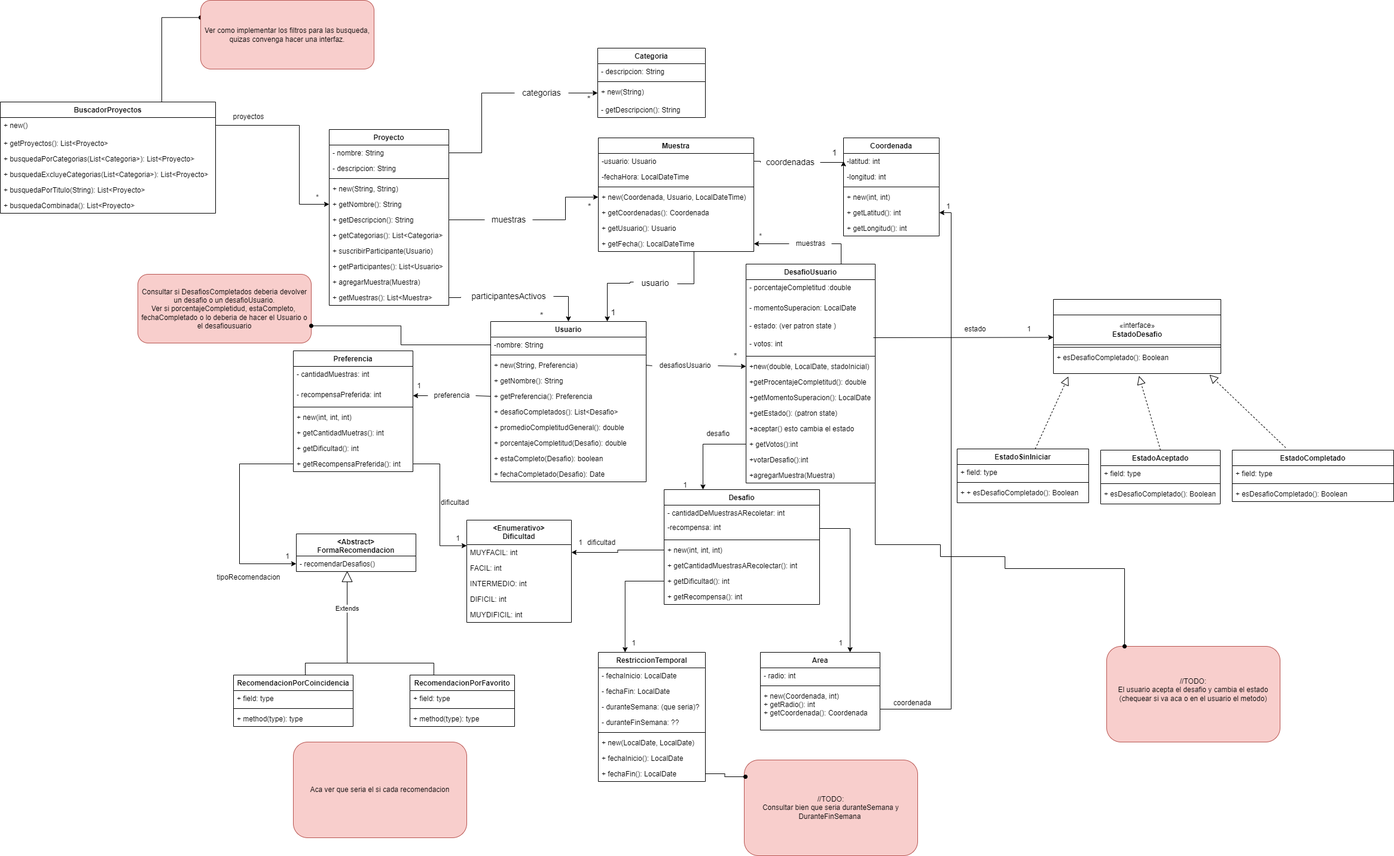
Maxxie12/Unq-po2-TpFinal keeps this draw.io diagram as UMLTPFinal.drawio.png. Above is the earlier version. Source tidied: cells renumbered, new cells last; positions are measured from the earlier drawing's top-left corner, leaving out a move shared by most shapes.
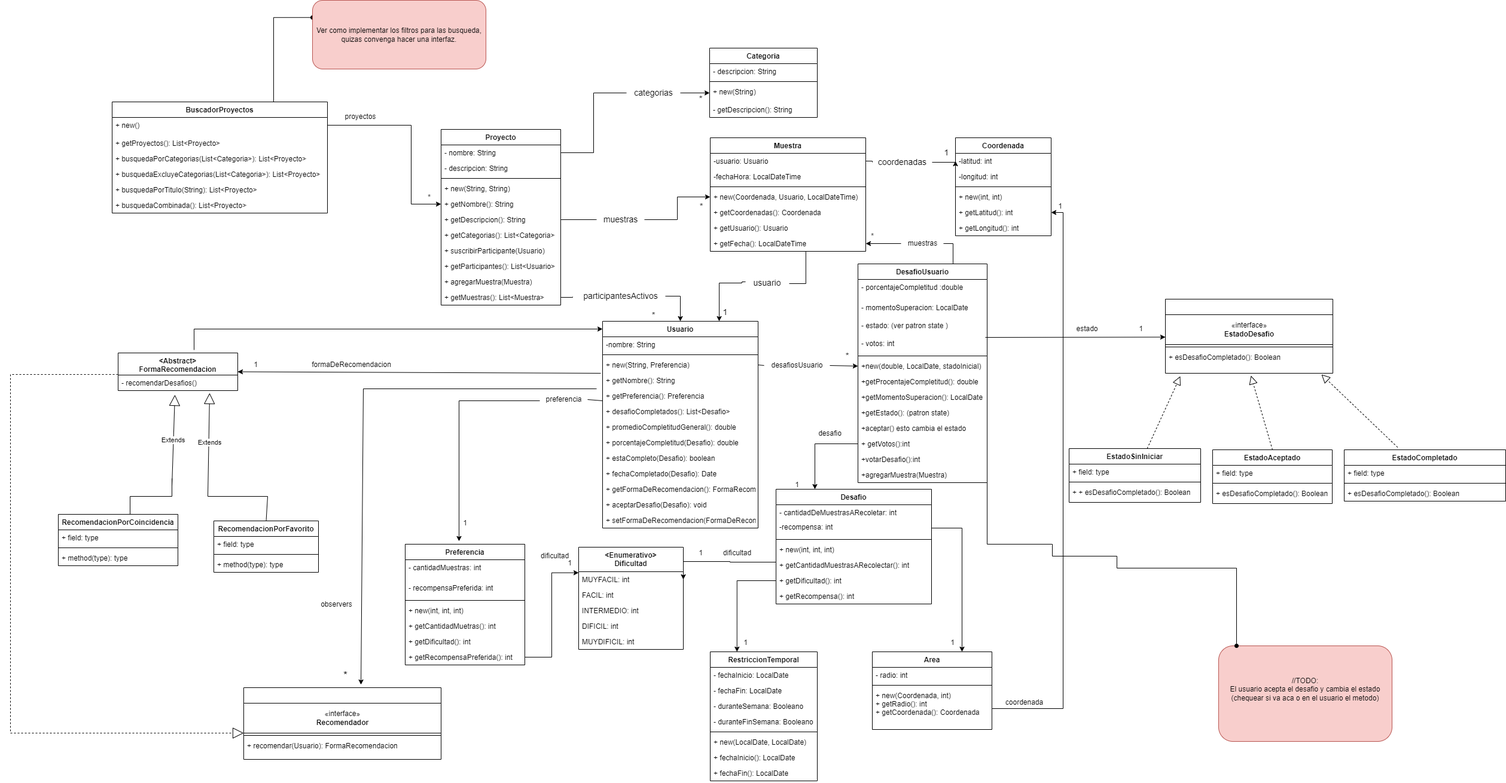
Later version of the same file.

Diff of the diagram source:
```diff
@@ -41,3 +41,3 @@
     <mxCell id="14" value="Usuario" style="swimlane;fontStyle=1;align=center;verticalAlign=top;horizontal=1;startSize=26;" parent="1" vertex="1">
-      <mxGeometry x="820" y="537" width="260" height="268" as="geometry" />
+      <mxGeometry x="820" y="537" width="260" height="346" as="geometry" />
     </mxCell>
@@ -73,2 +73,11 @@
     </mxCell>
+    <mxCell id="199" value="+ getFormaDeRecomendacion(): FormaRecomendacion" style="text;strokeColor=none;fillColor=none;align=left;verticalAlign=top;spacingLeft=4;spacingRight=4;overflow=hidden;" parent="14" vertex="1">
+      <mxGeometry y="268" width="260" height="26" as="geometry" />
+    </mxCell>
+    <mxCell id="200" value="+ aceptarDesafio(Desafio): void" style="text;strokeColor=none;fillColor=none;align=left;verticalAlign=top;spacingLeft=4;spacingRight=4;overflow=hidden;" parent="14" vertex="1">
+      <mxGeometry y="294" width="260" height="26" as="geometry" />
+    </mxCell>
+    <mxCell id="201" value="+ setFormaDeRecomendacion(FormaDeRecomendacion): void" style="text;strokeColor=none;fillColor=none;align=left;verticalAlign=top;spacingLeft=4;spacingRight=4;overflow=hidden;" parent="14" vertex="1">
+      <mxGeometry y="320" width="260" height="26" as="geometry" />
+    </mxCell>
     <mxCell id="25" value="Muestra" style="swimlane;fontStyle=1;align=center;verticalAlign=top;horizontal=1;startSize=26;" parent="1" vertex="1">
@@ -119,3 +128,3 @@
     <mxCell id="40" value="Preferencia" style="swimlane;fontStyle=1;align=center;verticalAlign=top;horizontal=1;startSize=26;" parent="1" vertex="1">
-      <mxGeometry x="490" y="586" width="200" height="202" as="geometry" />
+      <mxGeometry x="490" y="910" width="200" height="202" as="geometry" />
     </mxCell>
@@ -142,13 +151,4 @@
     </mxCell>
-    <mxCell id="48" style="edgeStyle=orthogonalEdgeStyle;rounded=0;jettySize=auto;html=1;exitX=0.25;exitY=0;exitDx=0;exitDy=0;strokeColor=default;endArrow=none;endFill=0;" parent="1" edge="1" source="49">
-      <mxGeometry relative="1" as="geometry">
-        <mxPoint x="580" y="1068" as="targetPoint" />
-        <Array as="points">
-          <mxPoint x="725" y="1108" />
-          <mxPoint x="580" y="1108" />
-        </Array>
-      </mxGeometry>
-    </mxCell>
     <mxCell id="49" value="RecomendacionPorFavorito" style="swimlane;fontStyle=1;align=center;verticalAlign=top;horizontal=1;startSize=26;" parent="1" vertex="1">
-      <mxGeometry x="685" y="1128" width="175" height="86" as="geometry" />
+      <mxGeometry x="170" y="871" width="175" height="86" as="geometry" />
     </mxCell>
@@ -165,6 +165,7 @@
       <mxGeometry relative="1" as="geometry">
-        <mxPoint x="580" y="1068" as="targetPoint" />
+        <mxPoint x="100" y="800" as="targetPoint" />
         <Array as="points">
-          <mxPoint x="510" y="1108" />
-          <mxPoint x="580" y="1108" />
+          <mxPoint x="30" y="860" />
+          <mxPoint x="30" y="830" />
+          <mxPoint x="100" y="830" />
         </Array>
@@ -173,3 +174,3 @@
     <mxCell id="54" value="RecomendacionPorCoincidencia" style="swimlane;fontStyle=1;align=center;verticalAlign=top;horizontal=1;startSize=26;" parent="1" vertex="1">
-      <mxGeometry x="390" y="1128" width="200" height="86" as="geometry" />
+      <mxGeometry x="-90" y="860" width="200" height="86" as="geometry" />
     </mxCell>
@@ -193,6 +194,6 @@
     </mxCell>
-    <mxCell id="61" value="- duranteSemana: (que seria)?" style="text;strokeColor=none;fillColor=none;align=left;verticalAlign=top;spacingLeft=4;spacingRight=4;overflow=hidden;" parent="58" vertex="1">
+    <mxCell id="61" value="- duranteSemana: Booleano" style="text;strokeColor=none;fillColor=none;align=left;verticalAlign=top;spacingLeft=4;spacingRight=4;overflow=hidden;" parent="58" vertex="1">
       <mxGeometry y="78" width="179" height="26" as="geometry" />
     </mxCell>
-    <mxCell id="62" value="- duranteFinSemana: ??" style="text;strokeColor=none;fillColor=none;align=left;verticalAlign=top;spacingLeft=4;spacingRight=4;overflow=hidden;" parent="58" vertex="1">
+    <mxCell id="62" value="- duranteFinSemana: Booleano" style="text;strokeColor=none;fillColor=none;align=left;verticalAlign=top;spacingLeft=4;spacingRight=4;overflow=hidden;" parent="58" vertex="1">
       <mxGeometry y="104" width="179" height="26" as="geometry" />
@@ -364,5 +365,7 @@
     </mxCell>
-    <mxCell id="115" style="endArrow=classic;html=1;rounded=0;entryX=1;entryY=0.5;entryDx=0;entryDy=0;exitX=0;exitY=0.5;exitDx=0;exitDy=0;startArrow=none;" parent="1" edge="1" source="132">
+    <mxCell id="115" style="endArrow=classic;html=1;rounded=0;entryX=0.45;entryY=-0.025;entryDx=0;entryDy=0;exitX=0;exitY=0.567;exitDx=0;exitDy=0;startArrow=none;entryPerimeter=0;exitPerimeter=0;" parent="1" edge="1" source="132" target="40">
       <mxGeometry relative="1" as="geometry">
-        <mxPoint x="690" y="661" as="targetPoint" />
+        <Array as="points">
+          <mxPoint x="580" y="670" />
+        </Array>
       </mxGeometry>
@@ -370,3 +373,3 @@
     <mxCell id="116" value="1" style="text;html=1;align=center;verticalAlign=middle;strokeColor=none;fillColor=none;" parent="1" vertex="1">
-      <mxGeometry x="685" y="630" width="30" height="30" as="geometry" />
+      <mxGeometry x="575" y="860" width="30" height="30" as="geometry" />
     </mxCell>
@@ -384,6 +387,5 @@
     </mxCell>
-    <mxCell id="121" value="Extends" style="endArrow=block;endSize=16;endFill=0;html=1;rounded=0;" parent="1" edge="1">
+    <mxCell id="121" value="Extends" style="endArrow=block;endSize=16;endFill=0;html=1;rounded=0;entryX=0.475;entryY=1.269;entryDx=0;entryDy=0;entryPerimeter=0;" parent="1" edge="1" target="146">
       <mxGeometry relative="1" as="geometry">
-        <mxPoint x="580" y="1080" as="sourcePoint" />
-        <mxPoint x="580" y="954" as="targetPoint" />
+        <mxPoint x="100" y="812" as="sourcePoint" />
       </mxGeometry>
@@ -429,6 +431,10 @@
     <mxCell id="132" value="preferencia" style="text;html=1;align=center;verticalAlign=middle;points=[];strokeColor=none;fillColor=none;" parent="1" vertex="1">
-      <mxGeometry x="715" y="646" width="80" height="30" as="geometry" />
+      <mxGeometry x="715" y="653" width="80" height="30" as="geometry" />
     </mxCell>
-    <mxCell id="133" style="endArrow=none;html=1;rounded=0;entryX=1;entryY=0.5;entryDx=0;entryDy=0;exitX=0;exitY=0.5;exitDx=0;exitDy=0;" parent="1" edge="1" source="19" target="132">
-      <mxGeometry relative="1" as="geometry" />
+    <mxCell id="133" style="endArrow=none;html=1;rounded=0;entryX=1;entryY=0.5;entryDx=0;entryDy=0;exitX=0;exitY=0.5;exitDx=0;exitDy=0;" parent="1" edge="1" source="18" target="132">
+      <mxGeometry relative="1" as="geometry">
+        <Array as="points">
+          <mxPoint x="820" y="670" />
+        </Array>
+      </mxGeometry>
     </mxCell>
@@ -471,13 +477,4 @@
     </mxCell>
-    <mxCell id="142" value="&lt;div&gt;//TODO:&lt;/div&gt;&lt;div&gt;Consultar bien que seria duranteSemana y DuranteFinSemana&amp;nbsp;&lt;/div&gt;" style="rounded=1;whiteSpace=wrap;html=1;fillColor=#f8cecc;strokeColor=#b85450;" parent="1" vertex="1">
-      <mxGeometry x="1244" y="1270" width="290" height="160" as="geometry" />
-    </mxCell>
-    <mxCell id="143" style="edgeStyle=orthogonalEdgeStyle;rounded=0;jettySize=auto;html=1;exitX=1;exitY=0.5;exitDx=0;exitDy=0;entryX=0.007;entryY=0.175;entryDx=0;entryDy=0;entryPerimeter=0;endArrow=oval;endFill=1;" parent="1" edge="1" source="66" target="142">
-      <mxGeometry relative="1" as="geometry" />
-    </mxCell>
-    <mxCell id="144" value="Consultar si DesafiosCompletados deberia devolver un desafio o un desafioUsuario.&lt;br&gt;Ver si porcentajeCompletidud, estaCompleto,&amp;nbsp;&lt;br&gt;fechaCompletado o lo deberia de hacer el Usuario o el desafiousuario" style="rounded=1;whiteSpace=wrap;html=1;fillColor=#f8cecc;strokeColor=#b85450;" parent="1" vertex="1">
-      <mxGeometry x="230" y="458" width="290" height="115" as="geometry" />
-    </mxCell>
     <mxCell id="145" value="&lt;Abstract&gt;&#10;FormaRecomendacion" style="swimlane;fontStyle=1;align=center;verticalAlign=top;horizontal=1;startSize=37;" parent="1" vertex="1">
-      <mxGeometry x="495" y="892" width="200" height="63" as="geometry" />
+      <mxGeometry x="10" y="590" width="200" height="63" as="geometry" />
     </mxCell>
@@ -486,24 +483,4 @@
     </mxCell>
-    <mxCell id="147" style="edgeStyle=orthogonalEdgeStyle;rounded=0;jettySize=auto;html=1;exitX=0;exitY=0.5;exitDx=0;exitDy=0;entryX=0;entryY=0.5;entryDx=0;entryDy=0;" parent="1" edge="1" source="47" target="146">
-      <mxGeometry relative="1" as="geometry">
-        <Array as="points">
-          <mxPoint x="400" y="775" />
-          <mxPoint x="400" y="942" />
-        </Array>
-      </mxGeometry>
-    </mxCell>
-    <mxCell id="148" value="tipoRecomendacion" style="text;html=1;align=center;verticalAlign=middle;strokeColor=none;fillColor=none;" parent="1" vertex="1">
-      <mxGeometry x="350" y="950" width="130" height="30" as="geometry" />
-    </mxCell>
-    <mxCell id="149" value="1" style="text;html=1;align=center;verticalAlign=middle;strokeColor=none;fillColor=none;" parent="1" vertex="1">
-      <mxGeometry x="465" y="915" width="30" height="30" as="geometry" />
-    </mxCell>
-    <mxCell id="150" value="Aca ver que seria el si cada recomendacion" style="rounded=1;whiteSpace=wrap;html=1;fillColor=#f8cecc;strokeColor=#b85450;" parent="1" vertex="1">
-      <mxGeometry x="490" y="1240" width="290" height="160" as="geometry" />
-    </mxCell>
-    <mxCell id="151" style="edgeStyle=orthogonalEdgeStyle;rounded=0;jettySize=auto;html=1;exitX=0;exitY=0.5;exitDx=0;exitDy=0;endArrow=oval;endFill=1;entryX=1;entryY=0.75;entryDx=0;entryDy=0;" parent="1" edge="1" source="15" target="144">
-      <mxGeometry relative="1" as="geometry" />
-    </mxCell>
     <mxCell id="152" value="&lt;Enumerativo&gt;&#10;Dificultad" style="swimlane;fontStyle=1;align=center;verticalAlign=top;horizontal=1;startSize=41;" parent="1" vertex="1">
-      <mxGeometry x="780" y="869" width="175" height="171" as="geometry" />
+      <mxGeometry x="780" y="915" width="175" height="171" as="geometry" />
     </mxCell>
@@ -528,12 +505,12 @@
     <mxCell id="159" value="1" style="text;html=1;align=center;verticalAlign=middle;strokeColor=none;fillColor=none;" parent="1" vertex="1">
-      <mxGeometry x="750" y="885" width="30" height="30" as="geometry" />
+      <mxGeometry x="750" y="927" width="30" height="30" as="geometry" />
     </mxCell>
     <mxCell id="160" value="1" style="text;html=1;align=center;verticalAlign=middle;strokeColor=none;fillColor=none;" parent="1" vertex="1">
-      <mxGeometry x="955" y="892" width="30" height="30" as="geometry" />
+      <mxGeometry x="969" y="910" width="30" height="30" as="geometry" />
     </mxCell>
     <mxCell id="161" value="dificultad" style="text;html=1;align=center;verticalAlign=middle;strokeColor=none;fillColor=none;" parent="1" vertex="1">
-      <mxGeometry x="970" y="892" width="70" height="30" as="geometry" />
+      <mxGeometry x="1010" y="910" width="70" height="30" as="geometry" />
     </mxCell>
     <mxCell id="162" value="dificultad" style="text;html=1;align=center;verticalAlign=middle;strokeColor=none;fillColor=none;" parent="1" vertex="1">
-      <mxGeometry x="725" y="825" width="70" height="30" as="geometry" />
+      <mxGeometry x="705" y="915" width="70" height="30" as="geometry" />
     </mxCell>
@@ -543,3 +520,9 @@
     <mxCell id="164" style="edgeStyle=orthogonalEdgeStyle;rounded=0;jettySize=auto;html=1;exitX=0;exitY=0.5;exitDx=0;exitDy=0;entryX=1;entryY=0.5;entryDx=0;entryDy=0;" parent="1" edge="1" source="93" target="153">
-      <mxGeometry relative="1" as="geometry" />
+      <mxGeometry relative="1" as="geometry">
+        <Array as="points">
+          <mxPoint x="1110" y="940" />
+          <mxPoint x="1033" y="940" />
+          <mxPoint x="1033" y="939" />
+        </Array>
+      </mxGeometry>
     </mxCell>
@@ -655,2 +638,62 @@
     </mxCell>
+    <mxCell id="202" style="endArrow=classic;html=1;rounded=0;entryX=1;entryY=0.5;entryDx=0;entryDy=0;exitX=-0.012;exitY=1.038;exitDx=0;exitDy=0;exitPerimeter=0;" parent="1" edge="1" source="17" target="145">
+      <mxGeometry relative="1" as="geometry" />
+    </mxCell>
+    <mxCell id="203" value="Extends" style="endArrow=block;endSize=16;endFill=0;html=1;rounded=0;entryX=0.765;entryY=1.154;entryDx=0;entryDy=0;entryPerimeter=0;exitX=0.5;exitY=0;exitDx=0;exitDy=0;" parent="1" edge="1" source="49" target="146">
+      <mxGeometry x="0.47" y="-1" relative="1" as="geometry">
+        <Array as="points">
+          <mxPoint x="260" y="830" />
+          <mxPoint x="160" y="830" />
+        </Array>
+      </mxGeometry>
+    </mxCell>
+    <mxCell id="149" value="1" style="text;html=1;align=center;verticalAlign=middle;strokeColor=none;fillColor=none;" parent="1" vertex="1">
+      <mxGeometry x="225" y="595" width="30" height="30" as="geometry" />
+    </mxCell>
+    <mxCell id="204" value="formaDeRecomendacion" style="text;html=1;align=center;verticalAlign=middle;strokeColor=none;fillColor=none;" parent="1" vertex="1">
+      <mxGeometry x="320" y="595" width="160" height="30" as="geometry" />
+    </mxCell>
+    <mxCell id="205" style="swimlane;fontStyle=1;align=center;verticalAlign=top;horizontal=1;startSize=26;" parent="1" vertex="1">
+      <mxGeometry x="220" y="1150" width="330" height="120" as="geometry" />
+    </mxCell>
+    <mxCell id="206" value="«interface»&lt;br&gt;&lt;b&gt;Recomendador&lt;/b&gt;" style="html=1;" parent="205" vertex="1">
+      <mxGeometry y="26" width="330" height="50" as="geometry" />
+    </mxCell>
+    <mxCell id="207" style="line;strokeWidth=1;fillColor=none;align=left;verticalAlign=middle;spacingTop=-1;spacingLeft=3;spacingRight=3;labelPosition=right;strokeColor=inherit;" parent="205" vertex="1">
+      <mxGeometry y="76" width="330" height="8" as="geometry" />
+    </mxCell>
+    <mxCell id="208" value="+ recomendar(Usuario): FormaRecomendacion" style="text;strokeColor=none;fillColor=none;align=left;verticalAlign=top;spacingLeft=4;spacingRight=4;overflow=hidden;" parent="205" vertex="1">
+      <mxGeometry y="84" width="330" height="36" as="geometry" />
+    </mxCell>
+    <mxCell id="209" style="endArrow=classic;html=1;rounded=0;entryX=0.594;entryY=-0.042;entryDx=0;entryDy=0;entryPerimeter=0;" parent="1" edge="1" target="205">
+      <mxGeometry relative="1" as="geometry">
+        <mxPoint x="810" y="650" as="sourcePoint" />
+        <Array as="points">
+          <mxPoint x="420" y="650" />
+        </Array>
+      </mxGeometry>
+    </mxCell>
+    <mxCell id="210" value="&lt;font style=&quot;font-size: 18px;&quot;&gt;*&lt;/font&gt;" style="text;html=1;align=center;verticalAlign=middle;strokeColor=none;fillColor=none;strokeWidth=15;" parent="1" vertex="1">
+      <mxGeometry x="375" y="1110" width="30" height="40" as="geometry" />
+    </mxCell>
+    <mxCell id="211" value="observers" style="text;html=1;align=center;verticalAlign=middle;strokeColor=none;fillColor=none;" parent="1" vertex="1">
+      <mxGeometry x="335" y="996" width="80" height="30" as="geometry" />
+    </mxCell>
+    <mxCell id="212" style="endArrow=block;endSize=16;endFill=0;html=1;rounded=0;entryX=0;entryY=1;entryDx=0;entryDy=0;dashed=1;" parent="1" edge="1" target="206">
+      <mxGeometry x="-0.6" y="-65" relative="1" as="geometry">
+        <mxPoint x="10" y="626" as="sourcePoint" />
+        <Array as="points">
+          <mxPoint x="-170" y="626" />
+          <mxPoint x="-170" y="1226" />
+        </Array>
+      </mxGeometry>
+    </mxCell>
+    <mxCell id="213" style="endArrow=classic;html=1;rounded=0;fontSize=18;exitX=0.635;exitY=-0.079;exitDx=0;exitDy=0;exitPerimeter=0;" parent="1" edge="1" source="145">
+      <mxGeometry relative="1" as="geometry">
+        <mxPoint x="820" y="550" as="targetPoint" />
+        <Array as="points">
+          <mxPoint x="137" y="550" />
+        </Array>
+      </mxGeometry>
+    </mxCell>
   </root>
```
